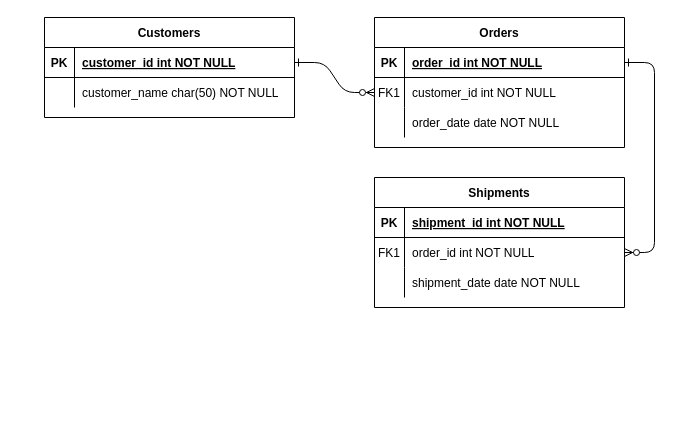
Earlier version of the draw.io diagram test-guru.wiki/Диаграмма без названия.drawio (slydevruby/test-guru). Source tidied: cells renumbered, new cells numbered last; positions are measured from the earlier drawing's top-left corner, leaving out a move shared by most shapes. Both pictures are drawn from the tidied source at 100%, with x=0, y=0 at pixel (44, 17).
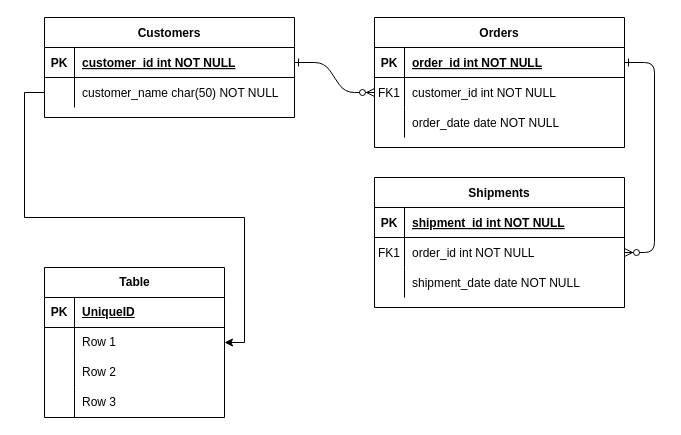
After the change.

Unchanged cells that the change refers to:
```xml
<mxCell id="28" style="shape=partialRectangle;fillColor=none;points=[[0,0.5],[1,0.5]];portConstraint=eastwest;top=0;left=0;right=0;bottom=0;" parent="24" vertex="1">
  <mxGeometry y="60" width="250" height="30" as="geometry" />
</mxCell>
```

What changed in the source:
```diff
@@
+    <mxCell id="31" value="Table" style="shape=table;startSize=30;childLayout=tableLayout;rowLines=0;fontStyle=1;align=center;html=1;" parent="1" vertex="1">
+      <mxGeometry y="250" width="180" height="150" as="geometry" />
+    </mxCell>
+    <mxCell id="32" style="shape=tableRow;horizontal=0;startSize=0;swimlaneHead=0;swimlaneBody=0;fillColor=none;top=0;left=0;right=0;bottom=1;" parent="31" vertex="1">
+      <mxGeometry y="30" width="180" height="30" as="geometry" />
+    </mxCell>
+    <mxCell id="33" value="PK" style="shape=partialRectangle;fillColor=none;top=0;left=0;bottom=0;right=0;fontStyle=1;overflow=hidden;whiteSpace=wrap;html=1;" parent="32" vertex="1">
+      <mxGeometry width="30" height="30" as="geometry" />
+    </mxCell>
+    <mxCell id="34" value="UniqueID" style="shape=partialRectangle;fillColor=none;top=0;left=0;bottom=0;right=0;align=left;spacingLeft=6;fontStyle=5;overflow=hidden;whiteSpace=wrap;html=1;" parent="32" vertex="1">
+      <mxGeometry x="30" width="150" height="30" as="geometry" />
+    </mxCell>
+    <mxCell id="35" style="shape=tableRow;horizontal=0;startSize=0;swimlaneHead=0;swimlaneBody=0;fillColor=none;points=[[0,0.5],[1,0.5]];portConstraint=eastwest;top=0;left=0;right=0;bottom=0;" parent="31" vertex="1">
+      <mxGeometry y="60" width="180" height="30" as="geometry" />
+    </mxCell>
+    <mxCell id="36" style="shape=partialRectangle;fillColor=none;top=0;left=0;bottom=0;right=0;overflow=hidden;whiteSpace=wrap;html=1;" parent="35" vertex="1">
+      <mxGeometry width="30" height="30" as="geometry" />
+    </mxCell>
+    <mxCell id="37" value="Row 1" style="shape=partialRectangle;fillColor=none;top=0;left=0;bottom=0;right=0;align=left;spacingLeft=6;overflow=hidden;whiteSpace=wrap;html=1;" parent="35" vertex="1">
+      <mxGeometry x="30" width="150" height="30" as="geometry" />
+    </mxCell>
+    <mxCell id="38" style="shape=tableRow;horizontal=0;startSize=0;swimlaneHead=0;swimlaneBody=0;fillColor=none;top=0;left=0;right=0;bottom=0;" parent="31" vertex="1">
+      <mxGeometry y="90" width="180" height="30" as="geometry" />
+    </mxCell>
+    <mxCell id="39" style="shape=partialRectangle;fillColor=none;top=0;left=0;bottom=0;right=0;overflow=hidden;whiteSpace=wrap;html=1;" parent="38" vertex="1">
+      <mxGeometry width="30" height="30" as="geometry" />
+    </mxCell>
+    <mxCell id="40" value="Row 2" style="shape=partialRectangle;fillColor=none;top=0;left=0;bottom=0;right=0;align=left;spacingLeft=6;overflow=hidden;whiteSpace=wrap;html=1;" parent="38" vertex="1">
+      <mxGeometry x="30" width="150" height="30" as="geometry" />
+    </mxCell>
+    <mxCell id="41" style="shape=tableRow;horizontal=0;startSize=0;swimlaneHead=0;swimlaneBody=0;fillColor=none;top=0;left=0;right=0;bottom=0;" parent="31" vertex="1">
+      <mxGeometry y="120" width="180" height="30" as="geometry" />
+    </mxCell>
+    <mxCell id="42" style="shape=partialRectangle;fillColor=none;top=0;left=0;bottom=0;right=0;overflow=hidden;whiteSpace=wrap;html=1;" parent="41" vertex="1">
+      <mxGeometry width="30" height="30" as="geometry" />
+    </mxCell>
+    <mxCell id="43" value="Row 3" style="shape=partialRectangle;fillColor=none;top=0;left=0;bottom=0;right=0;align=left;spacingLeft=6;overflow=hidden;whiteSpace=wrap;html=1;" parent="41" vertex="1">
+      <mxGeometry x="30" width="150" height="30" as="geometry" />
+    </mxCell>
+    <mxCell id="44" style="edgeStyle=orthogonalEdgeStyle;rounded=0;jettySize=auto;html=1;exitX=0;exitY=0.5;exitDx=0;exitDy=0;" parent="1" edge="1" source="28" target="35">
+      <mxGeometry relative="1" as="geometry" />
+    </mxCell>
```
